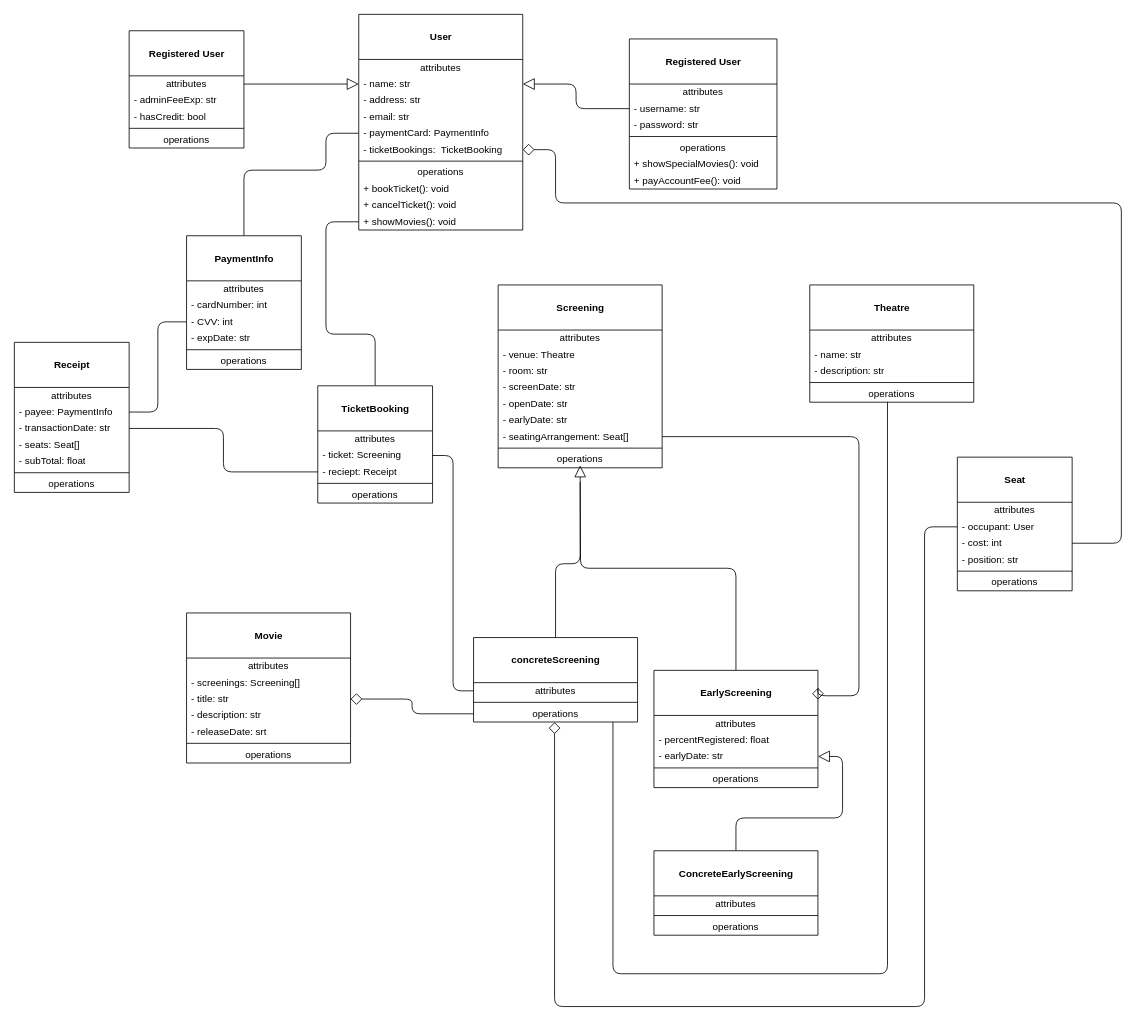
This is Technical Diagrams/Class Diagram/Domain.drawio from tahmeedm/ENSF480_Group15, a draw.io file, before an edit. Source tidied: cells renumbered, new cells numbered last; positions are measured from the earlier drawing's top-left corner, leaving out a move shared by most shapes. Both pictures are drawn from the tidied source at 82%, with x=0, y=0 at pixel (14, 14).
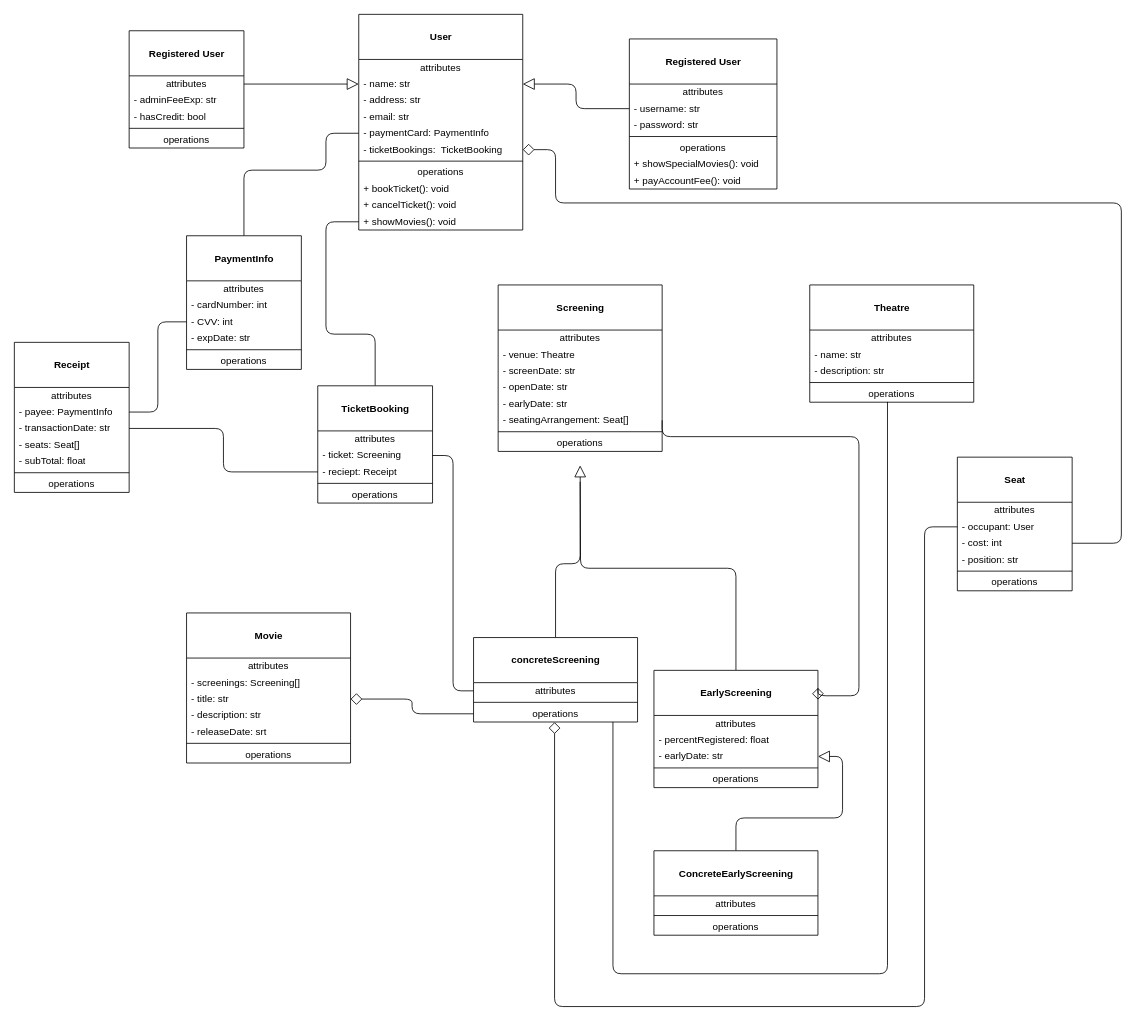
Above is the later version.

Change to the diagram source:
```diff
@@
     <mxCell id="45" value="&lt;br&gt;&lt;b&gt;Screening&lt;/b&gt;" style="swimlane;fontStyle=0;align=center;verticalAlign=top;horizontal=1;startSize=55;html=1;" parent="1" vertex="1">
-      <mxGeometry x="590" y="330" width="200" height="223" as="geometry" />
+      <mxGeometry x="590" y="330" width="200" height="203" as="geometry" />
     </mxCell>
@@
-    <mxCell id="48" value="- room: str" style="text;html=1;strokeColor=none;fillColor=none;align=left;verticalAlign=middle;spacingLeft=4;spacingRight=4;overflow=hidden;" parent="45" vertex="1">
-      <mxGeometry y="95" width="200" height="20" as="geometry" />
-    </mxCell>
     <mxCell id="49" value="- screenDate: str" style="text;html=1;strokeColor=none;fillColor=none;align=left;verticalAlign=middle;spacingLeft=4;spacingRight=4;overflow=hidden;" parent="45" vertex="1">
-      <mxGeometry y="115" width="200" height="20" as="geometry" />
+      <mxGeometry y="95" width="200" height="20" as="geometry" />
     </mxCell>
     <mxCell id="50" value="- openDate: str" style="text;html=1;strokeColor=none;fillColor=none;align=left;verticalAlign=middle;spacingLeft=4;spacingRight=4;overflow=hidden;" parent="45" vertex="1">
-      <mxGeometry y="135" width="200" height="20" as="geometry" />
+      <mxGeometry y="115" width="200" height="20" as="geometry" />
     </mxCell>
     <mxCell id="51" value="- earlyDate: str" style="text;html=1;strokeColor=none;fillColor=none;align=left;verticalAlign=middle;spacingLeft=4;spacingRight=4;overflow=hidden;" parent="45" vertex="1">
-      <mxGeometry y="155" width="200" height="20" as="geometry" />
+      <mxGeometry y="135" width="200" height="20" as="geometry" />
     </mxCell>
     <mxCell id="52" value="- seatingArrangement: Seat[]" style="text;html=1;strokeColor=none;fillColor=none;align=left;verticalAlign=middle;spacingLeft=4;spacingRight=4;overflow=hidden;points=[[0,0.5],[1,0.5]];portConstraint=eastwest;" parent="45" vertex="1">
-      <mxGeometry y="175" width="200" height="20" as="geometry" />
+      <mxGeometry y="155" width="200" height="20" as="geometry" />
     </mxCell>
     <mxCell id="53" style="line;strokeWidth=1;fillColor=none;align=left;verticalAlign=middle;spacingTop=-1;spacingLeft=3;spacingRight=3;labelPosition=right;" parent="45" vertex="1">
-      <mxGeometry y="195" width="200" height="8" as="geometry" />
+      <mxGeometry y="175" width="200" height="8" as="geometry" />
     </mxCell>
     <mxCell id="54" value="operations" style="text;html=1;strokeColor=none;fillColor=none;align=center;verticalAlign=middle;spacingLeft=4;spacingRight=4;overflow=hidden;" parent="45" vertex="1">
-      <mxGeometry y="203" width="200" height="20" as="geometry" />
+      <mxGeometry y="183" width="200" height="20" as="geometry" />
     </mxCell>
```
